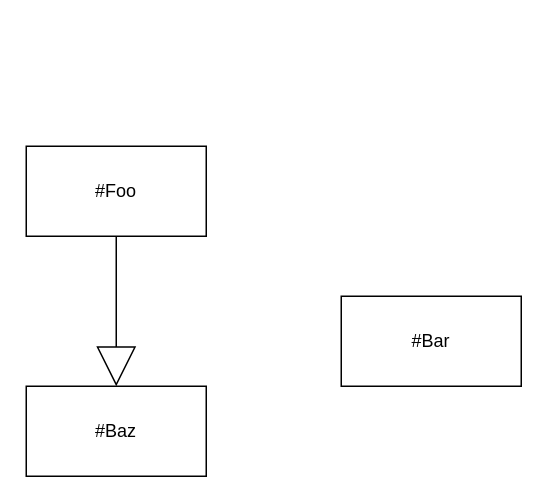
Earlier version of the draw.io diagram examples/Example.dio (hediet/vscode-drawio). Source tidied: cells renumbered, new cells numbered last; positions are measured from the earlier drawing's top-left corner, leaving out a move shared by most shapes. Both pictures are drawn from the tidied source at 150%, with x=0, y=0 at pixel (26, 146).
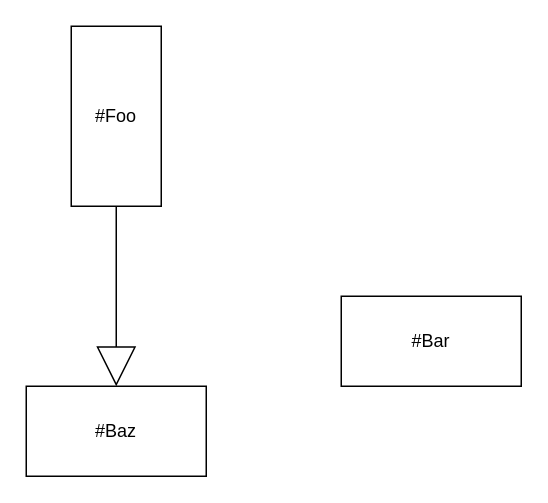
The same diagram, later.

The edit, as a diff of the source:
```diff
@@
 <mxGraphModel>
   <root>
     <mxCell id="0" />
     <mxCell id="1" parent="0" />
     <mxCell id="2" value="#Baz" style="whiteSpace=wrap;html=1;" parent="1" vertex="1">
       <mxGeometry y="160" width="120" height="60" as="geometry" />
     </mxCell>
     <mxCell id="3" style="html=1;verticalAlign=bottom;endArrow=block;fontFamily=Helvetica;fontSize=11;fontColor=#000000;align=center;startFill=1;startSize=8;endFill=0;endSize=24;strokeColor=#000000;edgeStyle=orthogonalEdgeStyle;" parent="1" edge="1" source="4" target="2">
       <mxGeometry relative="1" as="geometry" />
     </mxCell>
-    <mxCell id="4" value="#Foo" style="whiteSpace=wrap;html=1;" parent="1" vertex="1">
-      <mxGeometry width="120" height="60" as="geometry" />
+    <mxCell id="4" value="#Foo" style="whiteSpace=wrap;html=1;direction=south;" parent="1" vertex="1">
+      <mxGeometry x="30" y="-80" width="60" height="120" as="geometry" />
     </mxCell>
     <mxCell id="5" value="#Bar" style="whiteSpace=wrap;html=1;" parent="1" vertex="1">
       <mxGeometry x="210" y="100" width="120" height="60" as="geometry" />
     </mxCell>
   </root>
 </mxGraphModel>
```
